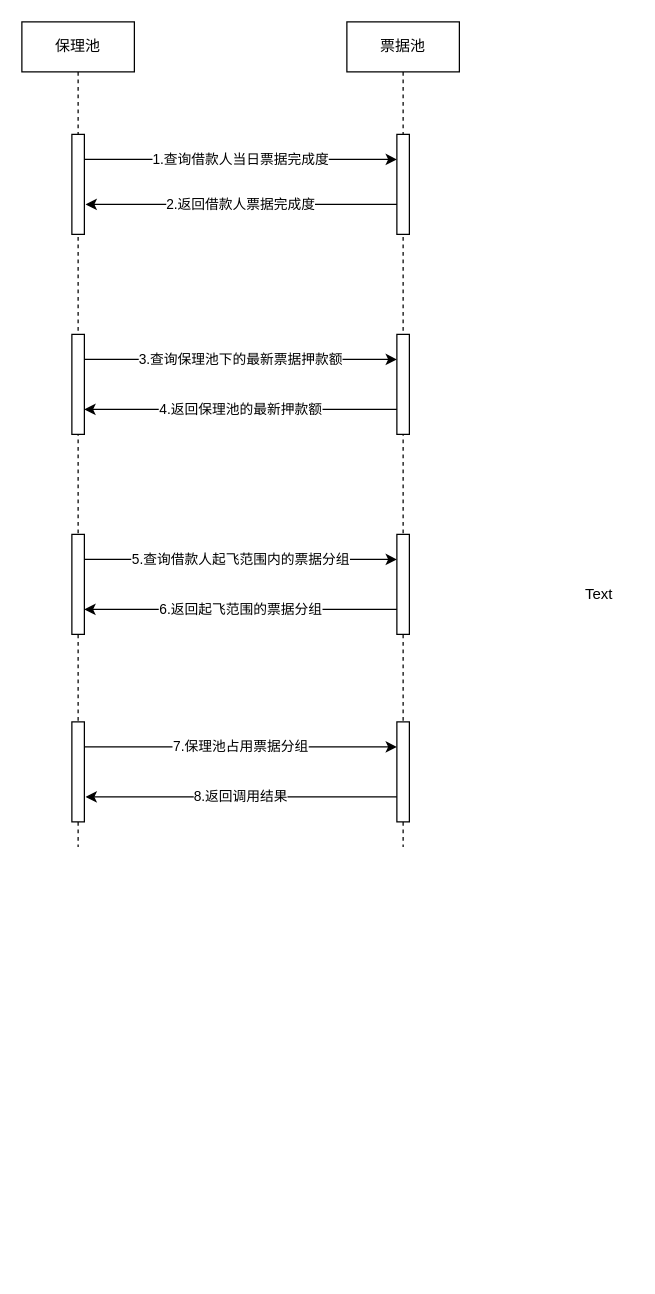
This is 金融科技/保理池时序图.drawio from 294794668/draw, a draw.io file, before an edit. Source tidied: cells renumbered, new cells numbered last; positions are measured from the earlier drawing's top-left corner, leaving out a move shared by most shapes. Both pictures are drawn from the tidied source at 125%, with x=0, y=0 at pixel (21, 21).
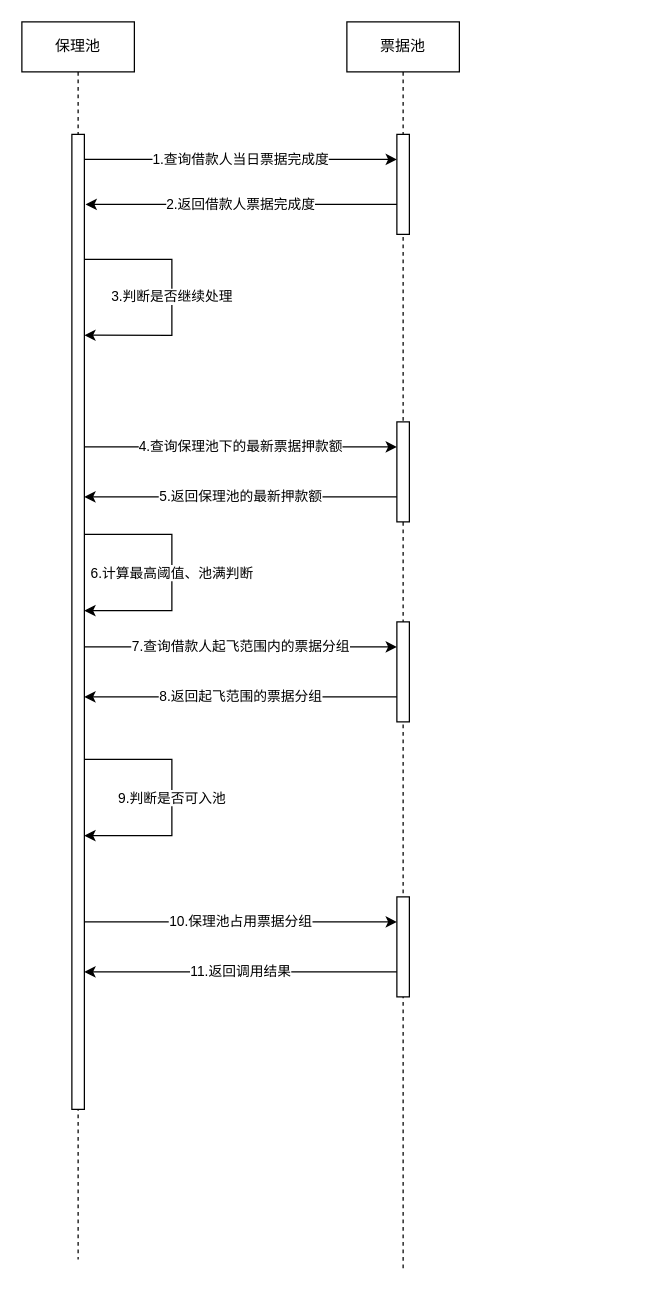
The same page after the edit.

Commit message (it also covers changes not shown here):
更新保理池时序图.drawio

The change refers to these unchanged cells:
```xml
<mxCell id="8" style="html=1;points=[];perimeter=orthogonalPerimeter;" parent="7" vertex="1">
  <mxGeometry x="40" y="90" width="10" height="80" as="geometry" />
</mxCell>
```

Diff of the diagram source:
```diff
@@
     <mxCell id="2" value="保理池" style="shape=umlLifeline;perimeter=lifelinePerimeter;whiteSpace=wrap;html=1;" parent="1" vertex="1">
-      <mxGeometry width="90" height="660" as="geometry" />
+      <mxGeometry width="90" height="990" as="geometry" />
     </mxCell>
     <mxCell id="3" style="html=1;points=[];perimeter=orthogonalPerimeter;" parent="2" vertex="1">
-      <mxGeometry x="40" y="90" width="10" height="80" as="geometry" />
+      <mxGeometry x="40" y="90" width="10" height="780" as="geometry" />
     </mxCell>
-    <mxCell id="4" style="html=1;points=[];perimeter=orthogonalPerimeter;" parent="2" vertex="1">
-      <mxGeometry x="40" y="250" width="10" height="80" as="geometry" />
-    </mxCell>
-    <mxCell id="5" style="html=1;points=[];perimeter=orthogonalPerimeter;" parent="2" vertex="1">
-      <mxGeometry x="40" y="410" width="10" height="80" as="geometry" />
-    </mxCell>
-    <mxCell id="6" style="html=1;points=[];perimeter=orthogonalPerimeter;" parent="2" vertex="1">
-      <mxGeometry x="40" y="560" width="10" height="80" as="geometry" />
-    </mxCell>
+    <mxCell id="21" value="3.判断是否继续处理" style="edgeStyle=orthogonalEdgeStyle;rounded=0;orthogonalLoop=1;jettySize=auto;html=1;entryX=1;entryY=0.206;entryDx=0;entryDy=0;entryPerimeter=0;" parent="2" edge="1" source="3" target="3">
+      <mxGeometry relative="1" as="geometry">
+        <Array as="points">
+          <mxPoint x="120" y="190" />
+          <mxPoint x="120" y="251" />
+        </Array>
+      </mxGeometry>
+    </mxCell>
     <mxCell id="7" value="票据池" style="shape=umlLifeline;perimeter=lifelinePerimeter;whiteSpace=wrap;html=1;" parent="1" vertex="1">
-      <mxGeometry x="260" width="90" height="660" as="geometry" />
+      <mxGeometry x="260" width="90" height="1000" as="geometry" />
     </mxCell>
@@
     <mxCell id="9" style="html=1;points=[];perimeter=orthogonalPerimeter;" parent="7" vertex="1">
-      <mxGeometry x="40" y="250" width="10" height="80" as="geometry" />
+      <mxGeometry x="40" y="320" width="10" height="80" as="geometry" />
     </mxCell>
     <mxCell id="10" style="html=1;points=[];perimeter=orthogonalPerimeter;" parent="7" vertex="1">
-      <mxGeometry x="40" y="410" width="10" height="80" as="geometry" />
+      <mxGeometry x="40" y="480" width="10" height="80" as="geometry" />
     </mxCell>
     <mxCell id="11" style="html=1;points=[];perimeter=orthogonalPerimeter;" parent="7" vertex="1">
-      <mxGeometry x="40" y="560" width="10" height="80" as="geometry" />
+      <mxGeometry x="40" y="700" width="10" height="80" as="geometry" />
     </mxCell>
@@
-    <mxCell id="13" value="2.返回借款人票据完成度" style="edgeStyle=orthogonalEdgeStyle;rounded=0;jettySize=auto;html=1;entryX=1.1;entryY=0.7;entryDx=0;entryDy=0;entryPerimeter=0;" parent="1" edge="1" source="8" target="3">
+    <mxCell id="13" value="2.返回借款人票据完成度" style="edgeStyle=orthogonalEdgeStyle;rounded=0;jettySize=auto;html=1;" parent="1" edge="1" source="8">
       <mxGeometry relative="1" as="geometry">
+        <mxPoint x="51" y="146" as="targetPoint" />
         <Array as="points">
           <mxPoint x="170" y="146" />
           <mxPoint x="170" y="146" />
         </Array>
       </mxGeometry>
     </mxCell>
-    <mxCell id="14" value="3.查询保理池下的最新票据押款额" style="edgeStyle=orthogonalEdgeStyle;rounded=0;jettySize=auto;html=1;" parent="1" edge="1" source="4" target="9">
+    <mxCell id="14" value="4.查询保理池下的最新票据押款额" style="edgeStyle=orthogonalEdgeStyle;rounded=0;jettySize=auto;html=1;" parent="1" edge="1" target="9">
       <mxGeometry relative="1" as="geometry">
+        <mxPoint x="50" y="340" as="sourcePoint" />
         <Array as="points">
-          <mxPoint x="170" y="270" />
-          <mxPoint x="170" y="270" />
+          <mxPoint x="170" y="340" />
+          <mxPoint x="170" y="340" />
         </Array>
       </mxGeometry>
     </mxCell>
-    <mxCell id="15" value="4.返回保理池的最新押款额" style="edgeStyle=orthogonalEdgeStyle;rounded=0;jettySize=auto;html=1;" parent="1" edge="1" source="9">
+    <mxCell id="15" value="5.返回保理池的最新押款额" style="edgeStyle=orthogonalEdgeStyle;rounded=0;jettySize=auto;html=1;" parent="1" edge="1" source="9">
       <mxGeometry relative="1" as="geometry">
-        <mxPoint x="50" y="310" as="targetPoint" />
+        <mxPoint x="50" y="380" as="targetPoint" />
         <Array as="points">
-          <mxPoint x="50" y="310" />
+          <mxPoint x="50" y="380" />
         </Array>
       </mxGeometry>
     </mxCell>
-    <mxCell id="16" value="5.查询借款人起飞范围内的票据分组" style="edgeStyle=orthogonalEdgeStyle;rounded=0;jettySize=auto;html=1;" parent="1" edge="1" source="5" target="10">
+    <mxCell id="16" value="7.查询借款人起飞范围内的票据分组" style="edgeStyle=orthogonalEdgeStyle;rounded=0;jettySize=auto;html=1;" parent="1" edge="1" target="10">
       <mxGeometry relative="1" as="geometry">
+        <mxPoint x="50" y="500" as="sourcePoint" />
         <Array as="points">
-          <mxPoint x="190" y="430" />
-          <mxPoint x="190" y="430" />
+          <mxPoint x="190" y="500" />
+          <mxPoint x="190" y="500" />
         </Array>
       </mxGeometry>
     </mxCell>
-    <mxCell id="17" value="6.返回起飞范围的票据分组" style="edgeStyle=orthogonalEdgeStyle;rounded=0;jettySize=auto;html=1;" parent="1" edge="1" source="10" target="5">
+    <mxCell id="17" value="8.返回起飞范围的票据分组" style="edgeStyle=orthogonalEdgeStyle;rounded=0;jettySize=auto;html=1;" parent="1" edge="1" source="10">
       <mxGeometry relative="1" as="geometry">
+        <mxPoint x="50" y="540" as="targetPoint" />
         <Array as="points">
-          <mxPoint x="190" y="470" />
-          <mxPoint x="190" y="470" />
+          <mxPoint x="190" y="540" />
+          <mxPoint x="190" y="540" />
         </Array>
       </mxGeometry>
     </mxCell>
-    <mxCell id="18" value="Text" style="text;html=1;align=left;verticalAlign=top;spacingTop=-4;" parent="1" vertex="1">
-      <mxGeometry x="449" y="448" width="40" height="20" as="geometry" />
-    </mxCell>
-    <mxCell id="19" value="7.保理池占用票据分组" style="edgeStyle=orthogonalEdgeStyle;rounded=0;jettySize=auto;html=1;" parent="1" edge="1" source="6" target="11">
+    <mxCell id="19" value="10.保理池占用票据分组" style="edgeStyle=orthogonalEdgeStyle;rounded=0;jettySize=auto;html=1;" parent="1" edge="1" target="11">
       <mxGeometry relative="1" as="geometry">
+        <mxPoint x="50" y="720" as="sourcePoint" />
         <Array as="points">
-          <mxPoint x="220" y="580" />
-          <mxPoint x="220" y="580" />
+          <mxPoint x="100" y="720" />
+          <mxPoint x="100" y="720" />
         </Array>
       </mxGeometry>
     </mxCell>
-    <mxCell id="20" value="8.返回调用结果" style="edgeStyle=orthogonalEdgeStyle;rounded=0;jettySize=auto;html=1;" parent="1" edge="1" source="11">
+    <mxCell id="20" value="11.返回调用结果" style="edgeStyle=orthogonalEdgeStyle;rounded=0;jettySize=auto;html=1;" parent="1" edge="1" source="11">
       <mxGeometry relative="1" as="geometry">
-        <mxPoint x="51" y="620" as="targetPoint" />
+        <mxPoint x="50" y="760" as="targetPoint" />
         <Array as="points">
-          <mxPoint x="51" y="620" />
+          <mxPoint x="90" y="760" />
+          <mxPoint x="90" y="760" />
         </Array>
       </mxGeometry>
     </mxCell>
+    <mxCell id="22" value="6.计算最高阈值、池满判断" style="edgeStyle=orthogonalEdgeStyle;rounded=0;orthogonalLoop=1;jettySize=auto;html=1;entryX=1;entryY=0.206;entryDx=0;entryDy=0;entryPerimeter=0;" parent="1" edge="1">
+      <mxGeometry relative="1" as="geometry">
+        <mxPoint x="50" y="410" as="sourcePoint" />
+        <mxPoint x="50" y="471" as="targetPoint" />
+        <Array as="points">
+          <mxPoint x="120" y="410" />
+          <mxPoint x="120" y="471" />
+        </Array>
+      </mxGeometry>
+    </mxCell>
+    <mxCell id="23" value="9.判断是否可入池" style="edgeStyle=orthogonalEdgeStyle;rounded=0;orthogonalLoop=1;jettySize=auto;html=1;entryX=1;entryY=0.206;entryDx=0;entryDy=0;entryPerimeter=0;" parent="1" edge="1">
+      <mxGeometry relative="1" as="geometry">
+        <mxPoint x="50" y="590" as="sourcePoint" />
+        <mxPoint x="50" y="651" as="targetPoint" />
+        <Array as="points">
+          <mxPoint x="120" y="590" />
+          <mxPoint x="120" y="651" />
+        </Array>
+      </mxGeometry>
+    </mxCell>
```
